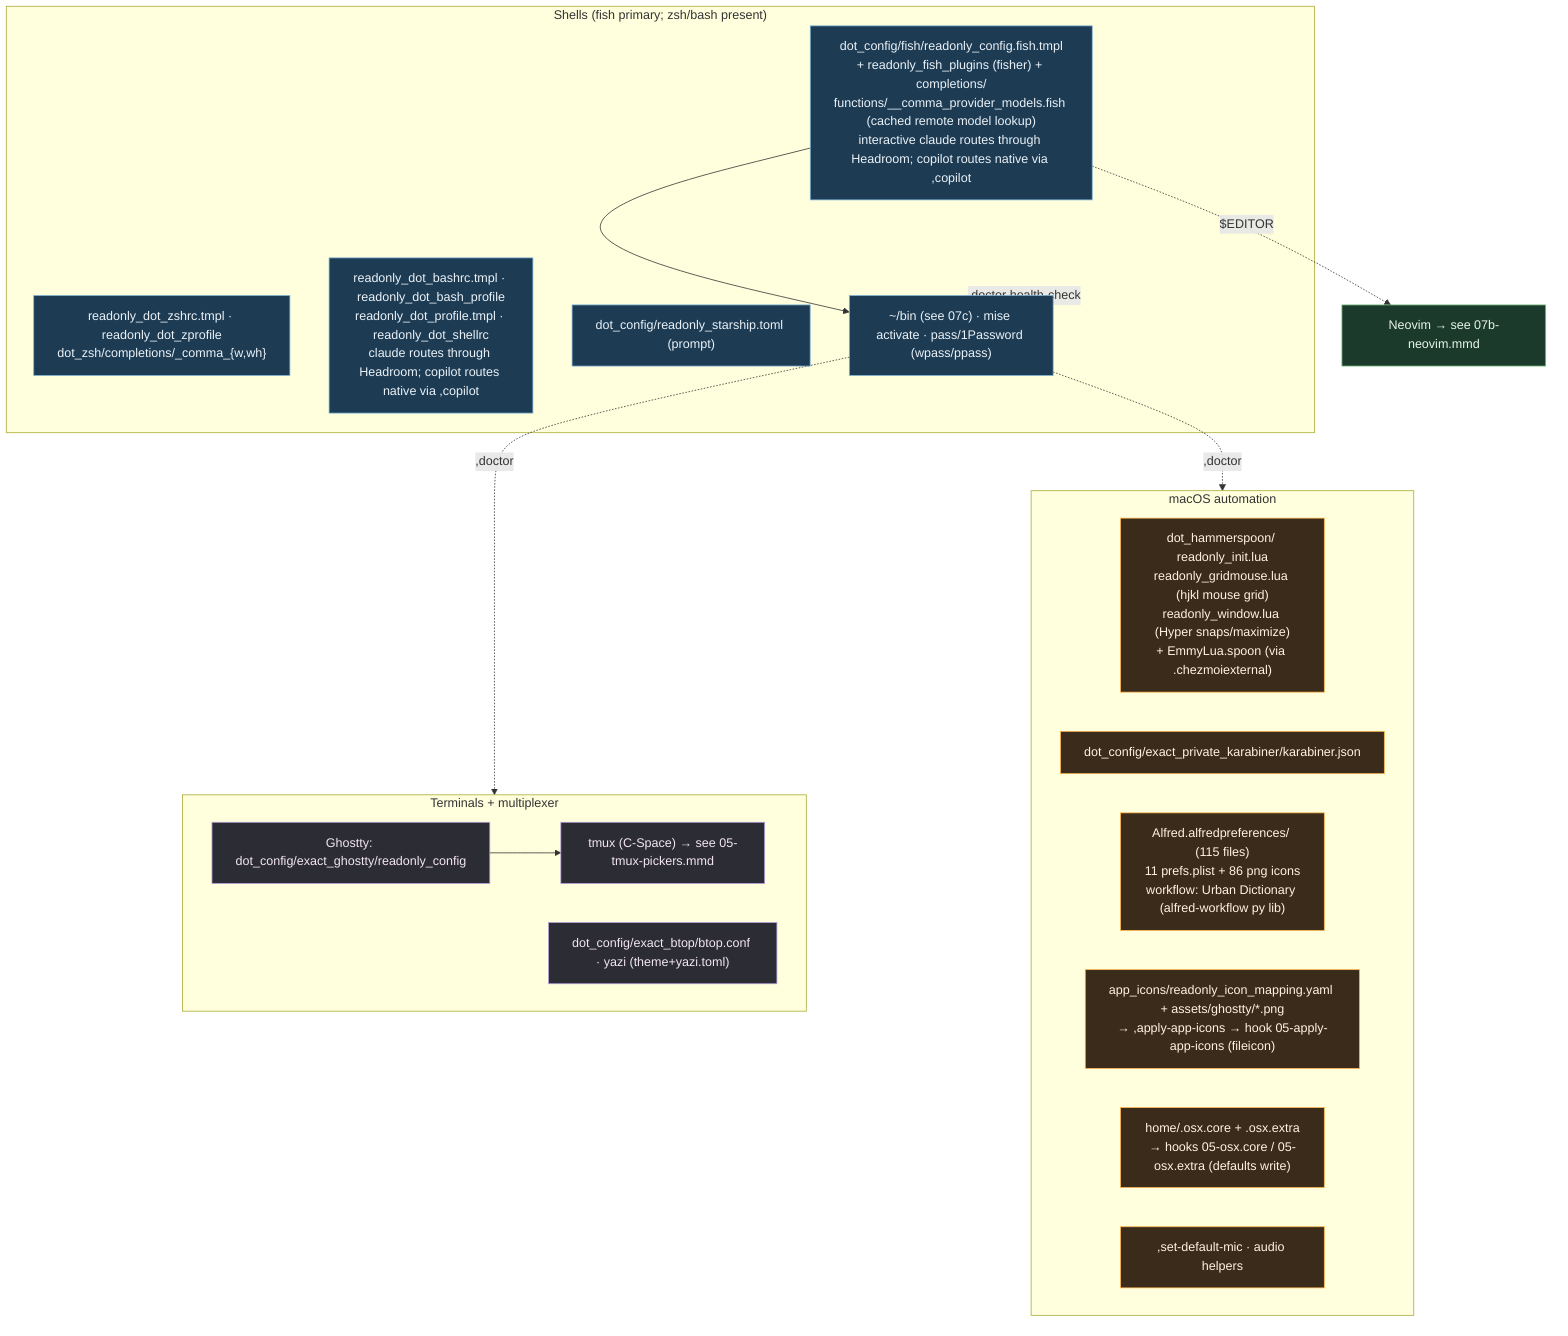
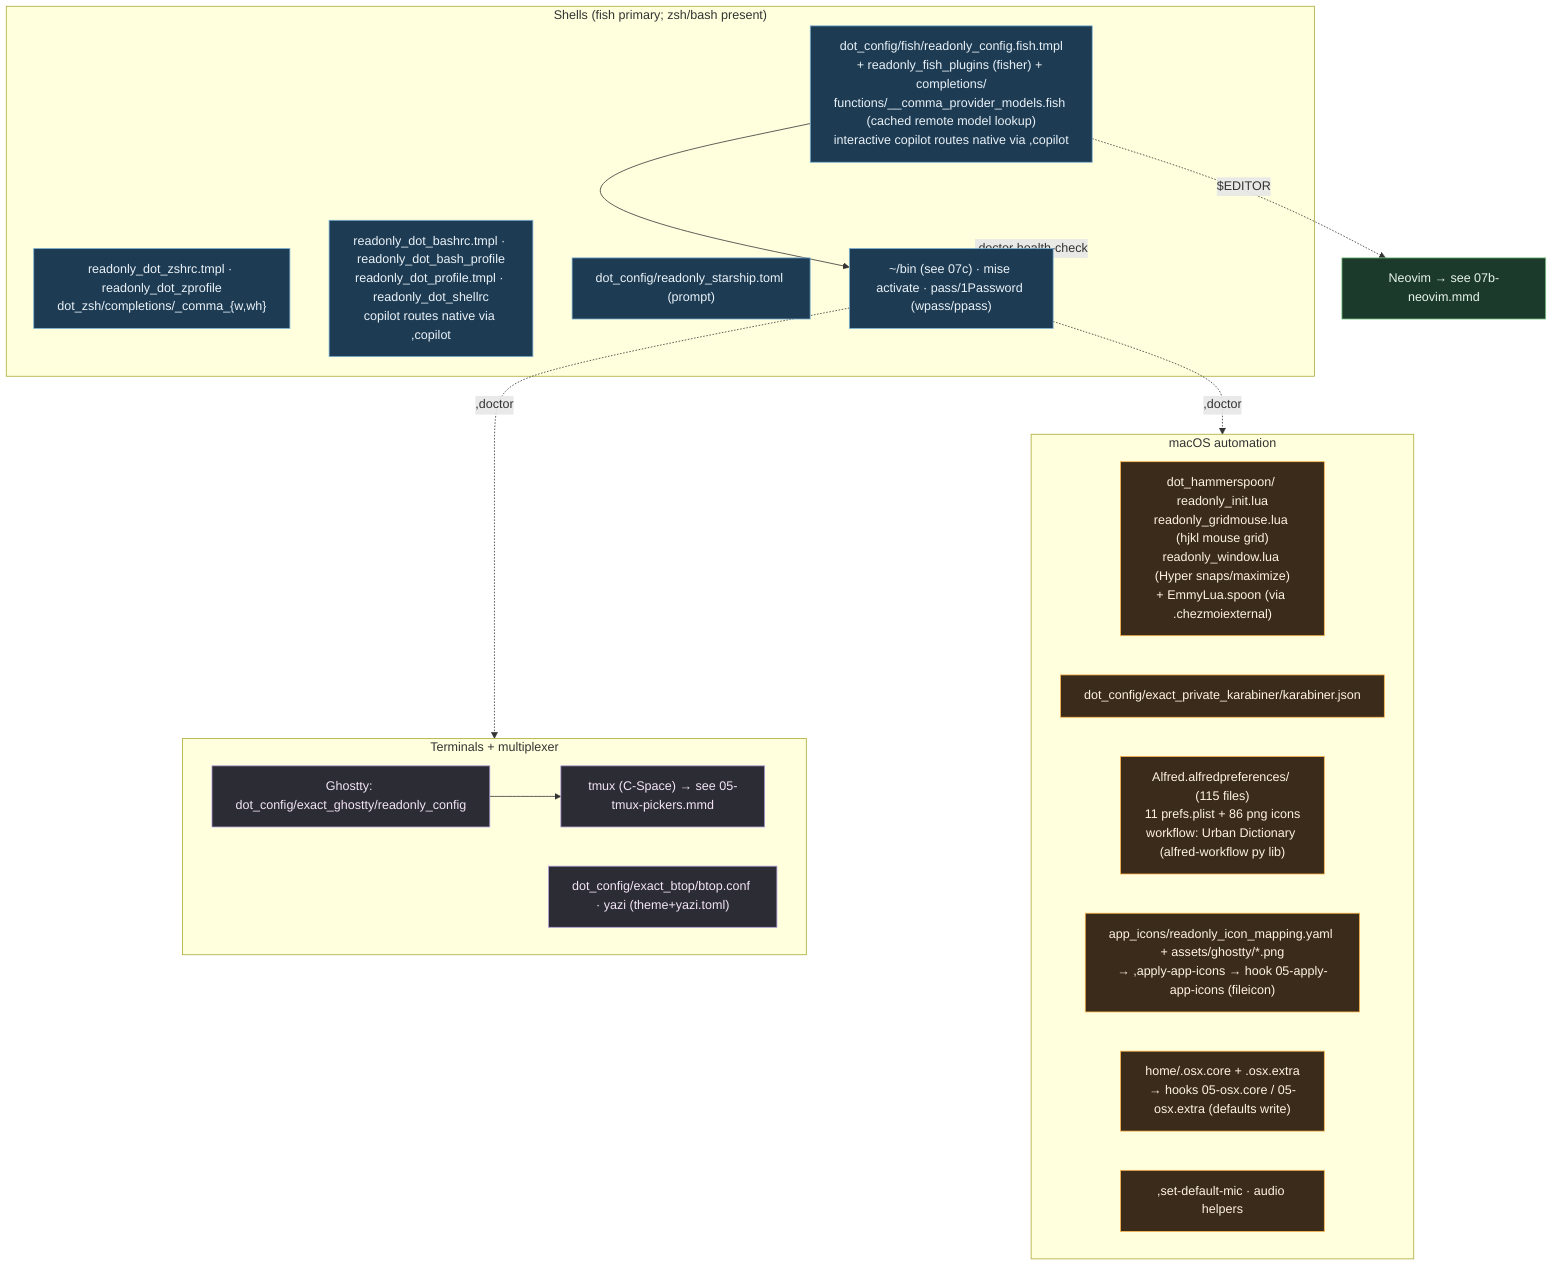
%% ============================================================================
%% 07-shell-editor-macos.mmd — Shell, terminals, multiplexer launch, macOS.
%% Neovim detail → 07b. ~/bin commands → 07c. Dotfile rc files → 08.
%% ============================================================================
flowchart TB
    classDef shell fill:#1d3b53,stroke:#7fb3d5,color:#eaf2f8;
    classDef term fill:#2c2c34,stroke:#b39ddb,color:#f3e5f5;
    classDef mac fill:#3a2b1b,stroke:#ffb74d,color:#fff3e0;
    classDef data fill:#1b3a2b,stroke:#81c784,color:#e8f5e9;

    subgraph SHELLS["Shells (fish primary; zsh/bash present)"]
-         FISH["dot_config/fish/readonly_config.fish.tmpl<br/>+ readonly_fish_plugins (fisher) + completions/<br/>functions/__comma_provider_models.fish (cached remote model lookup)<br/>interactive claude routes through Headroom; copilot routes native via ,copilot"]:::shell
+         FISH["dot_config/fish/readonly_config.fish.tmpl<br/>+ readonly_fish_plugins (fisher) + completions/<br/>functions/__comma_provider_models.fish (cached remote model lookup)<br/>interactive copilot routes native via ,copilot"]:::shell
        ZSH["readonly_dot_zshrc.tmpl · readonly_dot_zprofile<br/>dot_zsh/completions/_comma_{w,wh}"]:::shell
-         BASH["readonly_dot_bashrc.tmpl · readonly_dot_bash_profile<br/>readonly_dot_profile.tmpl · readonly_dot_shellrc<br/>claude routes through Headroom; copilot routes native via ,copilot"]:::shell
+         BASH["readonly_dot_bashrc.tmpl · readonly_dot_bash_profile<br/>readonly_dot_profile.tmpl · readonly_dot_shellrc<br/>copilot routes native via ,copilot"]:::shell
        STAR["dot_config/readonly_starship.toml (prompt)"]:::shell
        FISH --> BINPATH["~/bin (see 07c) · mise activate · pass/1Password (wpass/ppass)"]:::shell
    end

    subgraph TERMS["Terminals + multiplexer"]
        GHOSTTY["Ghostty: dot_config/exact_ghostty/readonly_config"]:::term
        TMUX["tmux (C-Space) → see 05-tmux-pickers.mmd"]:::term
        BTOP["dot_config/exact_btop/btop.conf · yazi (theme+yazi.toml)"]:::term
        GHOSTTY --> TMUX
    end

    NVIMREF["Neovim → see 07b-neovim.mmd"]:::data
    FISH -.$EDITOR.-> NVIMREF

    subgraph MACOS["macOS automation"]
        HAMMER["dot_hammerspoon/ readonly_init.lua<br/>readonly_gridmouse.lua (hjkl mouse grid)<br/>readonly_window.lua (Hyper snaps/maximize)<br/>+ EmmyLua.spoon (via .chezmoiexternal)"]:::mac
        KARA["dot_config/exact_private_karabiner/karabiner.json"]:::mac
        ALFRED["Alfred.alfredpreferences/ (115 files)<br/>11 prefs.plist + 86 png icons<br/>workflow: Urban Dictionary (alfred-workflow py lib)"]:::mac
        ICONS["app_icons/readonly_icon_mapping.yaml + assets/ghostty/*.png<br/>→ ,apply-app-icons → hook 05-apply-app-icons (fileicon)"]:::mac
        OSX["home/.osx.core + .osx.extra<br/>→ hooks 05-osx.core / 05-osx.extra (defaults write)"]:::mac
        MIC[",set-default-mic · audio helpers"]:::mac
    end

    BINPATH -.,doctor health-check.-> SHELLS
    BINPATH -.,doctor.-> TERMS
    BINPATH -.,doctor.-> MACOS
